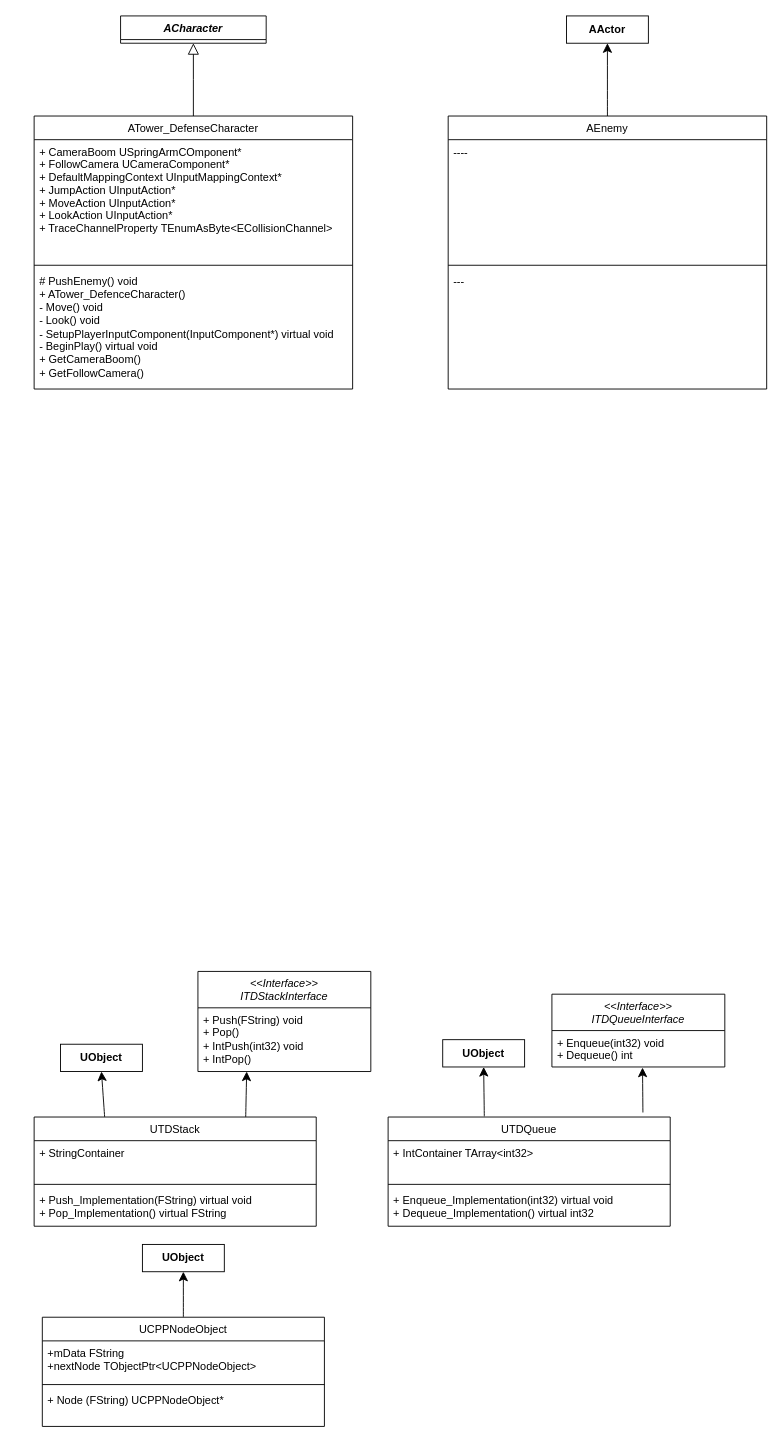
Viiktorh/Tower_Defense keeps this draw.io diagram as TowerDefense_UML.drawio. Above is the earlier version. Source tidied: cells renumbered, new cells numbered last; positions are measured from the earlier drawing's top-left corner, leaving out a move shared by most shapes. Both pictures are drawn from the tidied source at 91%, with x=0, y=0 at pixel (34, 15).
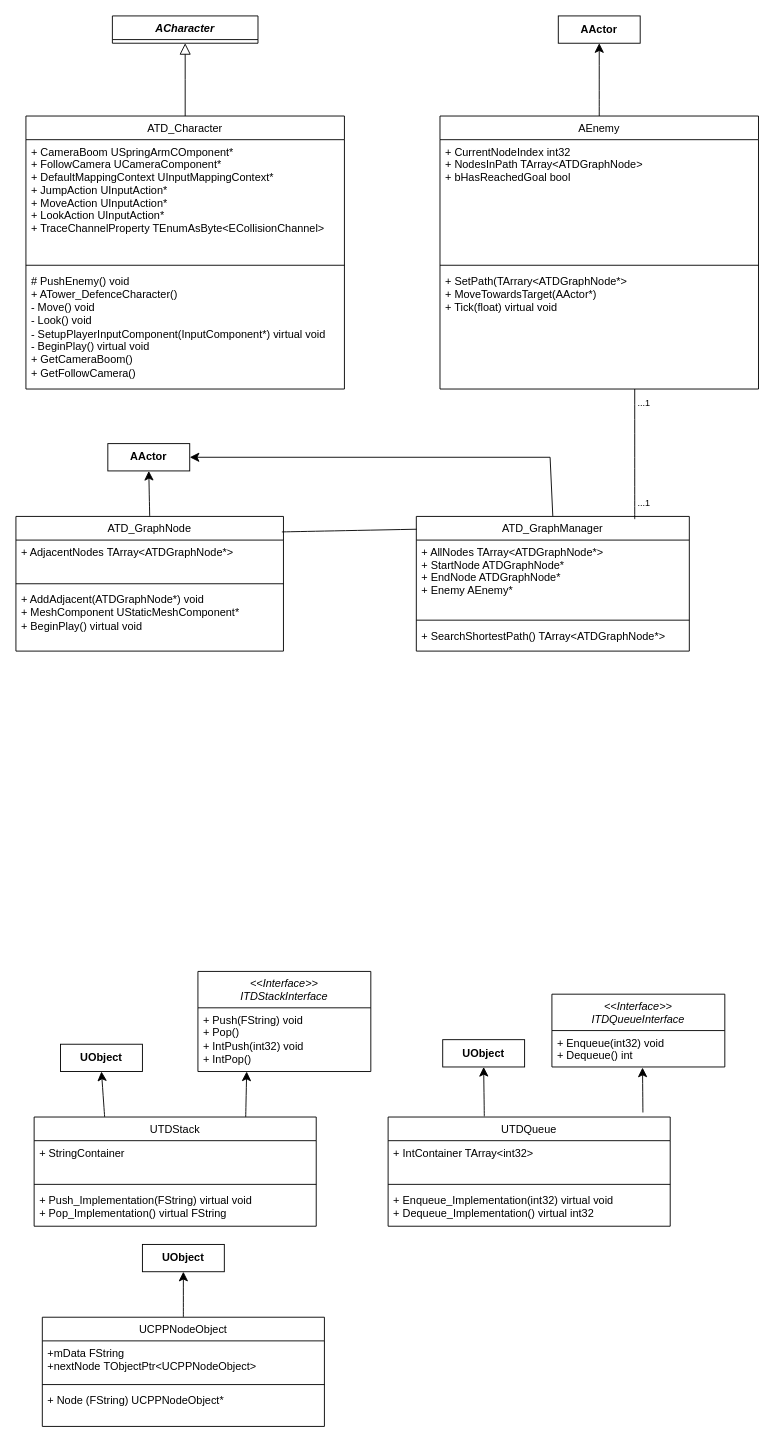
Above is the later version.

The edit, as a diff of the source:
```diff
@@
     <mxCell id="2" value="ACharacter" style="swimlane;fontStyle=3;align=center;verticalAlign=top;horizontal=1;startSize=26;rounded=0;shadow=0;strokeWidth=1;" parent="1" vertex="1">
-      <mxGeometry x="95" width="160" height="30" as="geometry" />
+      <mxGeometry x="86" width="160" height="30" as="geometry" />
     </mxCell>
-    <mxCell id="3" value="ATower_DefenseCharacter" style="swimlane;fontStyle=0;align=center;verticalAlign=top;horizontal=1;startSize=26;rounded=0;shadow=0;strokeWidth=1;" parent="1" vertex="1">
-      <mxGeometry y="110" width="350" height="300" as="geometry" />
+    <mxCell id="3" value="ATD_Character" style="swimlane;fontStyle=0;align=center;verticalAlign=top;horizontal=1;startSize=26;rounded=0;shadow=0;strokeWidth=1;" parent="1" vertex="1">
+      <mxGeometry x="-9" y="110" width="350" height="300" as="geometry" />
     </mxCell>
@@
     <mxCell id="9" value="AEnemy" style="swimlane;fontStyle=0;align=center;verticalAlign=top;horizontal=1;startSize=26;rounded=0;shadow=0;strokeWidth=1;" parent="1" vertex="1">
-      <mxGeometry x="455" y="110" width="350" height="300" as="geometry" />
+      <mxGeometry x="446" y="110" width="350" height="300" as="geometry" />
     </mxCell>
-    <mxCell id="10" value="----&#10;" style="text;align=left;verticalAlign=top;spacingLeft=4;spacingRight=4;overflow=hidden;" parent="9" vertex="1">
+    <mxCell id="10" value="+ CurrentNodeIndex int32&#10;+ NodesInPath TArray&lt;ATDGraphNode&gt;&#10;+ bHasReachedGoal bool" style="text;align=left;verticalAlign=top;spacingLeft=4;spacingRight=4;overflow=hidden;" parent="9" vertex="1">
       <mxGeometry y="26" width="350" height="134" as="geometry" />
     </mxCell>
@@
-    <mxCell id="12" value="---&lt;div&gt;&lt;br&gt;&lt;/div&gt;" style="text;html=1;align=left;verticalAlign=top;strokeColor=none;fillColor=none;fontSize=12;spacingLeft=4;spacingRight=4;" parent="9" vertex="1">
-      <mxGeometry y="168" width="350" height="40" as="geometry" />
+    <mxCell id="12" value="&lt;div&gt;+ SetPath(TArrary&amp;lt;ATDGraphNode*&amp;gt;&lt;/div&gt;&lt;div&gt;+ MoveTowardsTarget(AActor*)&lt;/div&gt;&lt;div&gt;+ Tick(float) virtual void&lt;/div&gt;" style="text;html=1;align=left;verticalAlign=top;strokeColor=none;fillColor=none;fontSize=12;spacingLeft=4;spacingRight=4;" parent="9" vertex="1">
+      <mxGeometry y="168" width="350" height="60" as="geometry" />
     </mxCell>
     <mxCell id="13" value="&lt;b&gt;AActor&lt;/b&gt;" style="rounded=0;whiteSpace=wrap;html=1;" parent="1" vertex="1">
-      <mxGeometry x="585" width="90" height="30" as="geometry" />
+      <mxGeometry x="576" width="90" height="30" as="geometry" />
     </mxCell>
@@
+    <mxCell id="38" style="edgeStyle=none;curved=1;rounded=0;jettySize=auto;html=1;exitX=0.5;exitY=0;exitDx=0;exitDy=0;entryX=0.5;entryY=1;entryDx=0;entryDy=0;fontSize=12;startSize=8;endSize=8;" parent="1" edge="1" source="39" target="43">
+      <mxGeometry relative="1" as="geometry" />
+    </mxCell>
+    <mxCell id="39" value="ATD_GraphNode" style="swimlane;fontStyle=0;align=center;verticalAlign=top;horizontal=1;startSize=26;rounded=0;shadow=0;strokeWidth=1;" parent="1" vertex="1">
+      <mxGeometry x="-20" y="550" width="294" height="148" as="geometry" />
+    </mxCell>
+    <mxCell id="40" value="+ AdjacentNodes TArray&lt;ATDGraphNode*&gt;&#10;&#10;" style="text;align=left;verticalAlign=top;spacingLeft=4;spacingRight=4;overflow=hidden;" parent="39" vertex="1">
+      <mxGeometry y="26" width="294" height="44" as="geometry" />
+    </mxCell>
+    <mxCell id="41" style="line;html=1;strokeWidth=1;align=left;verticalAlign=middle;spacingTop=-1;spacingLeft=3;spacingRight=3;labelPosition=right;" parent="39" vertex="1">
+      <mxGeometry y="70" width="294" height="8" as="geometry" />
+    </mxCell>
+    <mxCell id="42" value="+ AddAdjacent(ATDGraphNode*) void&lt;div&gt;+ MeshComponent UStaticMeshComponent*&amp;nbsp;&lt;/div&gt;&lt;div&gt;+ BeginPlay() virtual void&amp;nbsp;&lt;/div&gt;&lt;div&gt;&lt;br&gt;&lt;/div&gt;" style="text;html=1;align=left;verticalAlign=top;strokeColor=none;fillColor=none;fontSize=12;spacingLeft=4;spacingRight=4;" parent="39" vertex="1">
+      <mxGeometry y="78" width="294" height="70" as="geometry" />
+    </mxCell>
+    <mxCell id="43" value="&lt;b&gt;AActor&lt;/b&gt;" style="rounded=0;whiteSpace=wrap;html=1;" parent="1" vertex="1">
+      <mxGeometry x="81" y="470" width="90" height="30" as="geometry" />
+    </mxCell>
+    <mxCell id="44" style="edgeStyle=none;curved=0;rounded=0;jettySize=auto;html=1;exitX=0.5;exitY=0;exitDx=0;exitDy=0;entryX=1;entryY=0.5;entryDx=0;entryDy=0;fontSize=12;startSize=8;endSize=8;strokeColor=none;" parent="1" edge="1" source="46" target="43">
+      <mxGeometry relative="1" as="geometry">
+        <Array as="points">
+          <mxPoint x="500" y="680" />
+          <mxPoint x="457" y="485" />
+        </Array>
+      </mxGeometry>
+    </mxCell>
+    <mxCell id="45" style="edgeStyle=none;curved=0;rounded=0;jettySize=auto;html=1;exitX=0.5;exitY=0;exitDx=0;exitDy=0;entryX=1;entryY=0.5;entryDx=0;entryDy=0;fontSize=12;startSize=8;endSize=8;" parent="1" edge="1" source="46" target="43">
+      <mxGeometry relative="1" as="geometry">
+        <Array as="points">
+          <mxPoint x="567" y="485" />
+        </Array>
+      </mxGeometry>
+    </mxCell>
+    <mxCell id="46" value="ATD_GraphManager" style="swimlane;fontStyle=0;align=center;verticalAlign=top;horizontal=1;startSize=26;rounded=0;shadow=0;strokeWidth=1;" parent="1" vertex="1">
+      <mxGeometry x="420" y="550" width="300" height="148" as="geometry" />
+    </mxCell>
+    <mxCell id="47" value="+ AllNodes TArray&lt;ATDGraphNode*&gt;&#10;+ StartNode ATDGraphNode*&#10;+ EndNode ATDGraphNode*&#10;+ Enemy AEnemy*" style="text;align=left;verticalAlign=top;spacingLeft=4;spacingRight=4;overflow=hidden;" parent="46" vertex="1">
+      <mxGeometry y="26" width="300" height="84" as="geometry" />
+    </mxCell>
+    <mxCell id="48" style="line;html=1;strokeWidth=1;align=left;verticalAlign=middle;spacingTop=-1;spacingLeft=3;spacingRight=3;labelPosition=right;" parent="46" vertex="1">
+      <mxGeometry y="110" width="300" height="8" as="geometry" />
+    </mxCell>
+    <mxCell id="49" value="+ SearchShortestPath() TArray&amp;lt;ATDGraphNode*&amp;gt;" style="text;html=1;align=left;verticalAlign=top;strokeColor=none;fillColor=none;fontSize=12;spacingLeft=4;spacingRight=4;" parent="46" vertex="1">
+      <mxGeometry y="118" width="300" height="30" as="geometry" />
+    </mxCell>
+    <mxCell id="50" style="endArrow=none;html=1;rounded=0;fontSize=12;startSize=8;endSize=8;curved=1;entryX=0.001;entryY=0.095;entryDx=0;entryDy=0;entryPerimeter=0;exitX=0.994;exitY=0.115;exitDx=0;exitDy=0;exitPerimeter=0;" parent="1" edge="1" source="39" target="46">
+      <mxGeometry relative="1" as="geometry" />
+    </mxCell>
+    <mxCell id="51" style="endArrow=none;html=1;rounded=0;fontSize=12;startSize=8;endSize=8;curved=1;" parent="1" edge="1">
+      <mxGeometry relative="1" as="geometry">
+        <mxPoint x="660" y="553" as="sourcePoint" />
+        <mxPoint x="660" y="410" as="targetPoint" />
+      </mxGeometry>
+    </mxCell>
+    <mxCell id="52" value="...1" style="text;html=1;align=center;verticalAlign=middle;strokeColor=none;fillColor=none;fontSize=10;" parent="1" vertex="1">
+      <mxGeometry x="650" y="410" width="40" height="30" as="geometry" />
+    </mxCell>
+    <mxCell id="53" value="...1" style="text;html=1;align=center;verticalAlign=middle;strokeColor=none;fillColor=none;fontSize=10;" parent="1" vertex="1">
+      <mxGeometry x="650" y="520" width="40" height="30" as="geometry" />
+    </mxCell>
```
